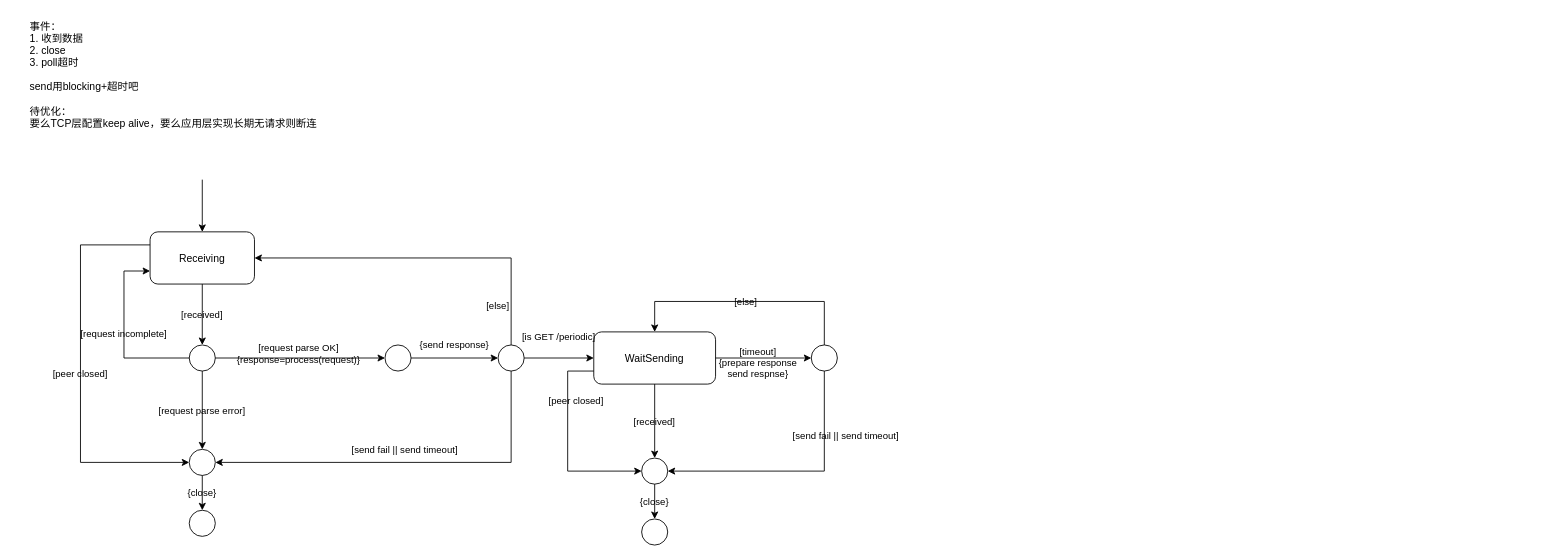
Above: http_chunked_server.drawio in f-zl/HttpChunkedServer (draw.io), before the change. Source tidied: cells renumbered, new cells numbered last; positions are measured from the earlier drawing's top-left corner, leaving out a move shared by most shapes. Both pictures are drawn from the tidied source at 87%, with x=0, y=0 at pixel (28, 14).
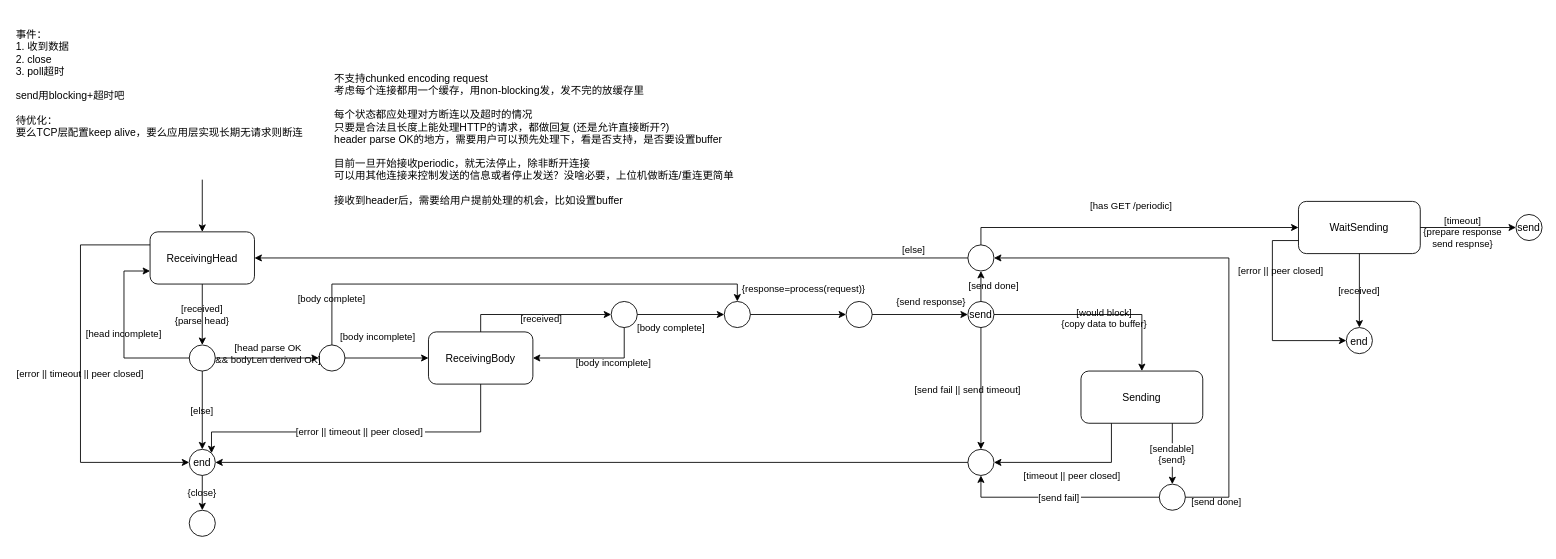
The same diagram, later.

Commit message (it also covers changes not shown here):
feat: basic functionality (periodic read with read/write at the same time). not reviewed

Unchanged cells that the change refers to:
```xml
<mxCell id="12" style="ellipse;fillColor=none;" parent="1" vertex="1">
  <mxGeometry x="185" y="380" width="30" height="30" as="geometry" />
</mxCell>
```

The edit, as a diff of the source:
```diff
@@
-    <mxCell id="2" value="[received]" style="edgeStyle=orthogonalEdgeStyle;rounded=0;jettySize=auto;exitX=0.5;exitY=1;exitDx=0;exitDy=0;entryX=0.5;entryY=0;entryDx=0;entryDy=0;labelBackgroundColor=none;" parent="1" edge="1" source="4" target="12">
+    <mxCell id="2" value="[received]&#10;{parse head}" style="edgeStyle=orthogonalEdgeStyle;rounded=0;jettySize=auto;exitX=0.5;exitY=1;exitDx=0;exitDy=0;entryX=0.5;entryY=0;entryDx=0;entryDy=0;labelBackgroundColor=none;" parent="1" edge="1" source="4" target="12">
       <mxGeometry relative="1" as="geometry" />
     </mxCell>
-    <mxCell id="3" value="[peer closed]" style="edgeStyle=orthogonalEdgeStyle;rounded=0;jettySize=auto;exitX=0;exitY=0.25;exitDx=0;exitDy=0;labelBackgroundColor=none;entryX=0;entryY=0.5;entryDx=0;entryDy=0;" parent="1" edge="1" source="4" target="15">
+    <mxCell id="3" value="[error || timeout || peer closed]" style="edgeStyle=orthogonalEdgeStyle;rounded=0;jettySize=auto;exitX=0;exitY=0.25;exitDx=0;exitDy=0;labelBackgroundColor=none;entryX=0;entryY=0.5;entryDx=0;entryDy=0;" parent="1" edge="1" source="4" target="15">
       <mxGeometry relative="1" as="geometry">
         <Array as="points">
           <mxPoint x="60" y="265" />
           <mxPoint x="60" y="515" />
         </Array>
       </mxGeometry>
     </mxCell>
-    <mxCell id="4" value="Receiving" style="rounded=1;fillColor=none;" parent="1" vertex="1">
+    <mxCell id="4" value="ReceivingHead" style="rounded=1;fillColor=none;" parent="1" vertex="1">
       <mxGeometry x="140" y="250" width="120" height="60" as="geometry" />
     </mxCell>
-    <mxCell id="5" value="[else]" style="edgeStyle=orthogonalEdgeStyle;rounded=0;jettySize=auto;labelBackgroundColor=none;entryX=1;entryY=0.5;entryDx=0;entryDy=0;exitX=0.5;exitY=0;exitDx=0;exitDy=0;" parent="1" edge="1" source="22" target="4">
-      <mxGeometry x="-0.77" y="15" relative="1" as="geometry" />
+    <mxCell id="5" value="[send done]" style="edgeStyle=orthogonalEdgeStyle;rounded=0;jettySize=auto;labelBackgroundColor=none;exitX=0.5;exitY=0;exitDx=0;exitDy=0;entryX=0.5;entryY=1;entryDx=0;entryDy=0;" parent="1" edge="1" source="22" target="52">
+      <mxGeometry y="-15" relative="1" as="geometry" />
     </mxCell>
-    <mxCell id="6" value="[send fail || send timeout]" style="edgeStyle=orthogonalEdgeStyle;rounded=0;jettySize=auto;entryX=1;entryY=0.5;entryDx=0;entryDy=0;labelBackgroundColor=none;exitX=0.5;exitY=1;exitDx=0;exitDy=0;" parent="1" edge="1" source="22" target="15">
+    <mxCell id="6" value="[send fail || send timeout]" style="edgeStyle=orthogonalEdgeStyle;rounded=0;jettySize=auto;entryX=0.5;entryY=0;entryDx=0;entryDy=0;labelBackgroundColor=none;exitX=0.5;exitY=1;exitDx=0;exitDy=0;" parent="1" edge="1" source="22" target="45">
       <mxGeometry x="0.02" y="-15" relative="1" as="geometry" />
     </mxCell>
     <mxCell id="7" value="事件：&#10;1. 收到数据&#10;2. close&#10;3. poll超时&#10;&#10;send用blocking+超时吧&#10;&#10;待优化：&#10;要么TCP层配置keep alive，要么应用层实现长期无请求则断连" style="text;strokeColor=none;fillColor=none;align=left;verticalAlign=top;rounded=0;" parent="1" vertex="1">
-      <mxGeometry width="350" height="160" as="geometry" />
+      <mxGeometry x="-16" y="10" width="350" height="160" as="geometry" />
     </mxCell>
@@
-    <mxCell id="9" value="[request parse OK]&#10;{response=process(request)}" style="edgeStyle=orthogonalEdgeStyle;rounded=0;jettySize=auto;exitX=1;exitY=0.5;exitDx=0;exitDy=0;labelBackgroundColor=none;entryX=0;entryY=0.5;entryDx=0;entryDy=0;" parent="1" edge="1" source="12" target="21">
-      <mxGeometry x="-0.02" y="5" relative="1" as="geometry" />
+    <mxCell id="9" value="[head parse OK&#10;&amp;&amp; bodyLen derived OK]" style="edgeStyle=orthogonalEdgeStyle;rounded=0;jettySize=auto;exitX=1;exitY=0.5;exitDx=0;exitDy=0;labelBackgroundColor=none;entryX=0;entryY=0.5;entryDx=0;entryDy=0;" parent="1" edge="1" source="12" target="47">
+      <mxGeometry x="0.03" y="5" relative="1" as="geometry" />
     </mxCell>
-    <mxCell id="10" value="[request incomplete]" style="edgeStyle=orthogonalEdgeStyle;rounded=0;jettySize=auto;exitX=0;exitY=0.5;exitDx=0;exitDy=0;entryX=0;entryY=0.75;entryDx=0;entryDy=0;labelBackgroundColor=none;" parent="1" edge="1" source="12" target="4">
+    <mxCell id="10" value="[head incomplete]" style="edgeStyle=orthogonalEdgeStyle;rounded=0;jettySize=auto;exitX=0;exitY=0.5;exitDx=0;exitDy=0;entryX=0;entryY=0.75;entryDx=0;entryDy=0;labelBackgroundColor=none;" parent="1" edge="1" source="12" target="4">
       <mxGeometry relative="1" as="geometry">
         <Array as="points">
           <mxPoint x="110" y="395" />
           <mxPoint x="110" y="295" />
         </Array>
       </mxGeometry>
     </mxCell>
-    <mxCell id="11" value="[request parse error]" style="edgeStyle=orthogonalEdgeStyle;rounded=0;jettySize=auto;exitX=0.5;exitY=1;exitDx=0;exitDy=0;labelBackgroundColor=none;entryX=0.5;entryY=0;entryDx=0;entryDy=0;" parent="1" edge="1" source="12" target="15">
+    <mxCell id="11" value="[else]" style="edgeStyle=orthogonalEdgeStyle;rounded=0;jettySize=auto;exitX=0.5;exitY=1;exitDx=0;exitDy=0;labelBackgroundColor=none;entryX=0.5;entryY=0;entryDx=0;entryDy=0;" parent="1" edge="1" source="12" target="15">
       <mxGeometry relative="1" as="geometry" />
     </mxCell>
@@
-    <mxCell id="15" style="ellipse;fillColor=none;" parent="1" vertex="1">
+    <mxCell id="15" value="end" style="ellipse;fillColor=none;" parent="1" vertex="1">
       <mxGeometry x="185" y="500" width="30" height="30" as="geometry" />
     </mxCell>
@@
-    <mxCell id="17" value="[peer closed]" style="edgeStyle=orthogonalEdgeStyle;rounded=0;jettySize=auto;labelBackgroundColor=none;exitX=0;exitY=0.75;exitDx=0;exitDy=0;entryX=0;entryY=0.5;entryDx=0;entryDy=0;" parent="1" edge="1" source="19" target="28">
+    <mxCell id="17" value="[error || peer closed]" style="edgeStyle=orthogonalEdgeStyle;rounded=0;jettySize=auto;labelBackgroundColor=none;exitX=0;exitY=0.75;exitDx=0;exitDy=0;entryX=0;entryY=0.5;entryDx=0;entryDy=0;" parent="1" edge="1" source="19" target="28">
       <mxGeometry x="-0.44" y="10" relative="1" as="geometry">
         <Array as="points">
-          <mxPoint x="620" y="410" />
-          <mxPoint x="620" y="525" />
+          <mxPoint x="1430" y="260" />
+          <mxPoint x="1430" y="375" />
         </Array>
       </mxGeometry>
     </mxCell>
@@
     <mxCell id="19" value="WaitSending" style="rounded=1;fillColor=none;" parent="1" vertex="1">
-      <mxGeometry x="650" y="365" width="140" height="60" as="geometry" />
+      <mxGeometry x="1460" y="215" width="140" height="60" as="geometry" />
     </mxCell>
-    <mxCell id="20" value="[is GET /periodic]" style="edgeStyle=orthogonalEdgeStyle;rounded=0;jettySize=auto;entryX=0;entryY=0.5;entryDx=0;entryDy=0;labelBackgroundColor=none;exitX=1;exitY=0.5;exitDx=0;exitDy=0;" parent="1" edge="1" source="22" target="19">
+    <mxCell id="20" value="[has GET /periodic]" style="edgeStyle=orthogonalEdgeStyle;rounded=0;jettySize=auto;entryX=0;entryY=0.5;entryDx=0;entryDy=0;labelBackgroundColor=none;exitX=0.5;exitY=0;exitDx=0;exitDy=0;" parent="1" edge="1" source="52" target="19">
       <mxGeometry y="25" relative="1" as="geometry" />
     </mxCell>
     <mxCell id="21" style="ellipse;fillColor=none;" parent="1" vertex="1">
-      <mxGeometry x="410" y="380" width="30" height="30" as="geometry" />
+      <mxGeometry x="940" y="330" width="30" height="30" as="geometry" />
     </mxCell>
+    <mxCell id="30" value="[would block]&#10;{copy data to buffer}" style="edgeStyle=orthogonalEdgeStyle;rounded=0;jettySize=auto;exitX=1;exitY=0.5;exitDx=0;exitDy=0;entryX=0.5;entryY=0;entryDx=0;entryDy=0;labelBackgroundColor=none;" parent="1" edge="1" source="22" target="40">
+      <mxGeometry x="0.08" y="-4" relative="1" as="geometry" />
+    </mxCell>
-    <mxCell id="22" style="ellipse;fillColor=none;" parent="1" vertex="1">
-      <mxGeometry x="540" y="380" width="30" height="30" as="geometry" />
+    <mxCell id="22" value="send" style="ellipse;fillColor=none;" parent="1" vertex="1">
+      <mxGeometry x="1080" y="330" width="30" height="30" as="geometry" />
     </mxCell>
     <mxCell id="23" value="{send response}" style="edgeStyle=orthogonalEdgeStyle;rounded=0;jettySize=auto;exitX=1;exitY=0.5;exitDx=0;exitDy=0;entryX=0;entryY=0.5;entryDx=0;entryDy=0;labelBackgroundColor=none;" parent="1" edge="1" source="21" target="22">
-      <mxGeometry y="15" relative="1" as="geometry" />
+      <mxGeometry x="0.24" y="15" relative="1" as="geometry" />
     </mxCell>
+    <mxCell id="26" value="send" style="ellipse;fillColor=none;" parent="1" vertex="1">
+      <mxGeometry x="1710" y="230" width="30" height="30" as="geometry" />
+    </mxCell>
+    <mxCell id="28" value="end" style="ellipse;fillColor=none;" parent="1" vertex="1">
+      <mxGeometry x="1515" y="360" width="30" height="30" as="geometry" />
+    </mxCell>
+    <mxCell id="31" value="[body complete]" style="edgeStyle=orthogonalEdgeStyle;rounded=0;jettySize=auto;exitX=1;exitY=0.5;exitDx=0;exitDy=0;entryX=0;entryY=0.5;entryDx=0;entryDy=0;labelBackgroundColor=none;" parent="1" edge="1" source="37" target="51">
+      <mxGeometry x="-0.22" y="-15" relative="1" as="geometry" />
+    </mxCell>
+    <mxCell id="32" value="[error || timeout || peer closed]" style="edgeStyle=orthogonalEdgeStyle;rounded=0;jettySize=auto;exitX=0.5;exitY=1;exitDx=0;exitDy=0;entryX=1;entryY=0;entryDx=0;entryDy=0;" parent="1" edge="1" source="33" target="15">
+      <mxGeometry relative="1" as="geometry">
+        <Array as="points">
+          <mxPoint x="520" y="480" />
+          <mxPoint x="211" y="480" />
+        </Array>
+      </mxGeometry>
+    </mxCell>
+    <mxCell id="33" value="ReceivingBody" style="rounded=1;fillColor=none;" parent="1" vertex="1">
+      <mxGeometry x="460" y="365" width="120" height="60" as="geometry" />
+    </mxCell>
+    <mxCell id="34" value="不支持chunked encoding request&#10;考虑每个连接都用一个缓存，用non-blocking发，发不完的放缓存里&#10;&#10;每个状态都应处理对方断连以及超时的情况&#10;只要是合法且长度上能处理HTTP的请求，都做回复 (还是允许直接断开?)&#10;header parse OK的地方，需要用户可以预先处理下，看是否支持，是否要设置buffer&#10;&#10;目前一旦开始接收periodic，就无法停止，除非断开连接&#10;可以用其他连接来控制发送的信息或者停止发送？没啥必要，上位机做断连/重连更简单&#10;&#10;接收到header后，需要给用户提前处理的机会，比如设置buffer" style="text;align=left;verticalAlign=top;rounded=0;" parent="1" vertex="1">
+      <mxGeometry x="350" y="60" width="490" height="170" as="geometry" />
+    </mxCell>
+    <mxCell id="35" value="[received]" style="edgeStyle=orthogonalEdgeStyle;rounded=0;jettySize=auto;exitX=0.5;exitY=0;exitDx=0;exitDy=0;entryX=0;entryY=0.5;entryDx=0;entryDy=0;labelBackgroundColor=none;" parent="1" edge="1" source="33" target="37">
+      <mxGeometry x="0.06" y="-5" relative="1" as="geometry">
+        <Array as="points">
+          <mxPoint x="520" y="345" />
+        </Array>
+      </mxGeometry>
+    </mxCell>
+    <mxCell id="36" value="[body incomplete]" style="edgeStyle=orthogonalEdgeStyle;rounded=0;jettySize=auto;exitX=0.5;exitY=1;exitDx=0;exitDy=0;entryX=1;entryY=0.5;entryDx=0;entryDy=0;labelBackgroundColor=none;" parent="1" edge="1" source="37" target="33">
+      <mxGeometry x="-0.33" y="5" relative="1" as="geometry" />
+    </mxCell>
+    <mxCell id="37" style="ellipse;fillColor=none;" parent="1" vertex="1">
+      <mxGeometry x="670" y="330" width="30" height="30" as="geometry" />
+    </mxCell>
+    <mxCell id="38" value="[sendable]&#10;{send}" style="edgeStyle=orthogonalEdgeStyle;rounded=0;jettySize=auto;exitX=0.75;exitY=1;exitDx=0;exitDy=0;entryX=0.5;entryY=0;entryDx=0;entryDy=0;" parent="1" edge="1" source="40" target="43">
+      <mxGeometry relative="1" as="geometry" />
+    </mxCell>
+    <mxCell id="39" value="[timeout || peer closed]" style="edgeStyle=orthogonalEdgeStyle;rounded=0;jettySize=auto;exitX=0.25;exitY=1;exitDx=0;exitDy=0;entryX=1;entryY=0.5;entryDx=0;entryDy=0;" parent="1" edge="1" source="40" target="45">
+      <mxGeometry y="15" relative="1" as="geometry" />
+    </mxCell>
+    <mxCell id="40" value="Sending" style="rounded=1;fillColor=none;" parent="1" vertex="1">
+      <mxGeometry x="1210" y="410" width="140" height="60" as="geometry" />
+    </mxCell>
+    <mxCell id="41" value="[send fail]" style="edgeStyle=orthogonalEdgeStyle;rounded=0;jettySize=auto;exitX=0;exitY=0.5;exitDx=0;exitDy=0;entryX=0.5;entryY=1;entryDx=0;entryDy=0;" parent="1" edge="1" source="43" target="45">
+      <mxGeometry relative="1" as="geometry">
+        <Array as="points">
+          <mxPoint x="1095" y="555" />
+        </Array>
+      </mxGeometry>
+    </mxCell>
+    <mxCell id="42" value="[send done]" style="edgeStyle=orthogonalEdgeStyle;rounded=0;jettySize=auto;exitX=1;exitY=0.5;exitDx=0;exitDy=0;entryX=1;entryY=0.5;entryDx=0;entryDy=0;labelBackgroundColor=none;" parent="1" edge="1" source="43" target="52">
+      <mxGeometry x="-0.88" y="-5" relative="1" as="geometry">
+        <Array as="points">
+          <mxPoint x="1380" y="555" />
+          <mxPoint x="1380" y="280" />
+        </Array>
+      </mxGeometry>
+    </mxCell>
+    <mxCell id="43" style="ellipse;fillColor=none;" parent="1" vertex="1">
+      <mxGeometry x="1300" y="540" width="30" height="30" as="geometry" />
+    </mxCell>
+    <mxCell id="44" style="edgeStyle=orthogonalEdgeStyle;rounded=0;jettySize=auto;exitX=0;exitY=0.5;exitDx=0;exitDy=0;entryX=1;entryY=0.5;entryDx=0;entryDy=0;" parent="1" edge="1" source="45" target="15">
+      <mxGeometry relative="1" as="geometry" />
+    </mxCell>
+    <mxCell id="45" style="ellipse;fillColor=none;" parent="1" vertex="1">
+      <mxGeometry x="1080" y="500" width="30" height="30" as="geometry" />
+    </mxCell>
+    <mxCell id="46" value="[body complete]" style="edgeStyle=orthogonalEdgeStyle;rounded=0;jettySize=auto;exitX=0.5;exitY=0;exitDx=0;exitDy=0;entryX=0.5;entryY=0;entryDx=0;entryDy=0;labelBackgroundColor=none;" parent="1" edge="1" source="47" target="51">
+      <mxGeometry x="-0.81" relative="1" as="geometry" />
+    </mxCell>
+    <mxCell id="47" style="ellipse;fillColor=none;" parent="1" vertex="1">
+      <mxGeometry x="334" y="380" width="30" height="30" as="geometry" />
+    </mxCell>
+    <mxCell id="48" value="[body incomplete]" style="edgeStyle=orthogonalEdgeStyle;rounded=0;jettySize=auto;exitX=1;exitY=0.5;exitDx=0;exitDy=0;entryX=0;entryY=0.5;entryDx=0;entryDy=0;labelBackgroundColor=none;" parent="1" edge="1" source="47" target="33">
+      <mxGeometry x="-0.21" y="25" relative="1" as="geometry" />
+    </mxCell>
+    <mxCell id="49" style="edgeStyle=orthogonalEdgeStyle;rounded=0;jettySize=auto;labelBackgroundColor=none;entryX=0;entryY=0.5;entryDx=0;entryDy=0;exitX=1;exitY=0.5;exitDx=0;exitDy=0;" parent="1" edge="1" source="51" target="21">
+      <mxGeometry relative="1" as="geometry" />
+    </mxCell>
+    <mxCell id="50" value="{response=process(request)}" style="edgeLabel;align=center;verticalAlign=middle;labelBackgroundColor=none;" parent="49" vertex="1">
+      <mxGeometry x="-0.02" relative="1" as="geometry">
+        <mxPoint x="7" y="-30" as="offset" />
+      </mxGeometry>
+    </mxCell>
+    <mxCell id="51" style="ellipse;fillColor=none;" parent="1" vertex="1">
+      <mxGeometry x="800" y="330" width="30" height="30" as="geometry" />
+    </mxCell>
-    <mxCell id="24" value="[else]" style="edgeStyle=orthogonalEdgeStyle;rounded=0;jettySize=auto;exitX=0.5;exitY=0;exitDx=0;exitDy=0;entryX=0.5;entryY=0;entryDx=0;entryDy=0;labelBackgroundColor=none;" parent="1" edge="1" source="26" target="19">
-      <mxGeometry relative="1" as="geometry">
-        <Array as="points">
-          <mxPoint x="915" y="330" />
-          <mxPoint x="720" y="330" />
-        </Array>
-      </mxGeometry>
+    <mxCell id="24" value="[else]" style="edgeStyle=orthogonalEdgeStyle;rounded=0;jettySize=auto;exitX=0;exitY=0.5;exitDx=0;exitDy=0;labelBackgroundColor=none;" parent="1" edge="1" source="52" target="4">
+      <mxGeometry x="-0.85" y="-10" relative="1" as="geometry" />
     </mxCell>
-    <mxCell id="25" value="[send fail || send timeout]" style="edgeStyle=orthogonalEdgeStyle;rounded=0;jettySize=auto;entryX=1;entryY=0.5;entryDx=0;entryDy=0;labelBackgroundColor=none;exitX=0.5;exitY=1;exitDx=0;exitDy=0;" parent="1" edge="1" source="26" target="28">
-      <mxGeometry x="-0.5" y="25" relative="1" as="geometry" />
-    </mxCell>
-    <mxCell id="26" style="ellipse;fillColor=none;" parent="1" vertex="1">
-      <mxGeometry x="900" y="380" width="30" height="30" as="geometry" />
-    </mxCell>
-    <mxCell id="27" value="{close}" style="edgeStyle=orthogonalEdgeStyle;rounded=0;jettySize=auto;exitX=0.5;exitY=1;exitDx=0;exitDy=0;entryX=0.5;entryY=0;entryDx=0;entryDy=0;labelBackgroundColor=none;" parent="1" edge="1" source="28" target="29">
-      <mxGeometry relative="1" as="geometry" />
-    </mxCell>
-    <mxCell id="28" style="ellipse;fillColor=none;" parent="1" vertex="1">
-      <mxGeometry x="705" y="510" width="30" height="30" as="geometry" />
-    </mxCell>
-    <mxCell id="29" style="ellipse;fillColor=none;" parent="1" vertex="1">
-      <mxGeometry x="705" y="580" width="30" height="30" as="geometry" />
-    </mxCell>
+    <mxCell id="52" style="ellipse;fillColor=none;" parent="1" vertex="1">
+      <mxGeometry x="1080" y="265" width="30" height="30" as="geometry" />
+    </mxCell>
```
